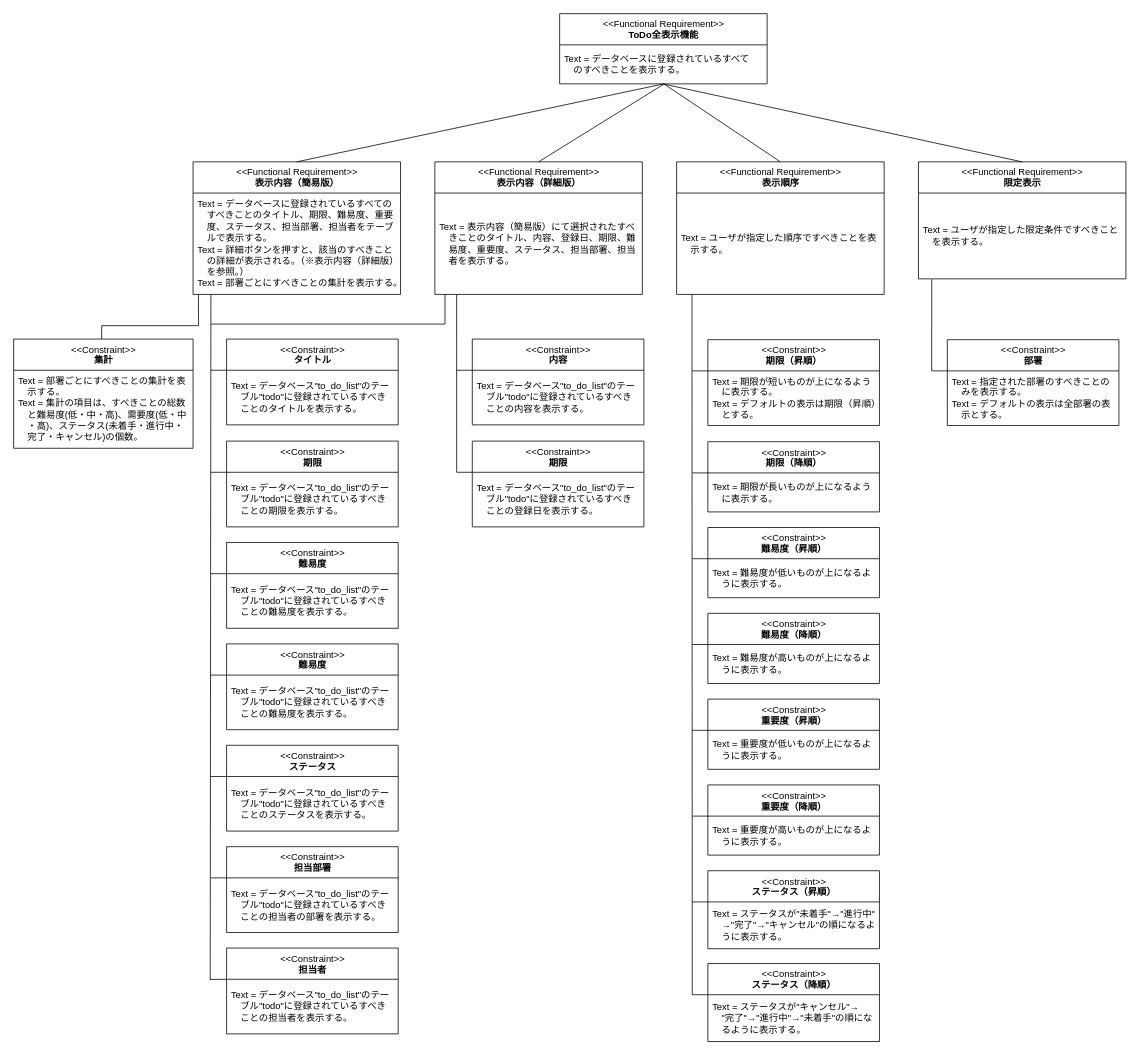
The draw.io diagram portfolio03/01/requirement_definition/requirement/portfolio03_01_requirement_todo_show_all.drawio in RRRYOOO/portfolio, before the edit. Source tidied: cells renumbered, new cells numbered last; positions are measured from the earlier drawing's top-left corner, leaving out a move shared by most shapes. Both pictures are drawn from the tidied source at 78%, with x=0, y=0 at pixel (13, 13).
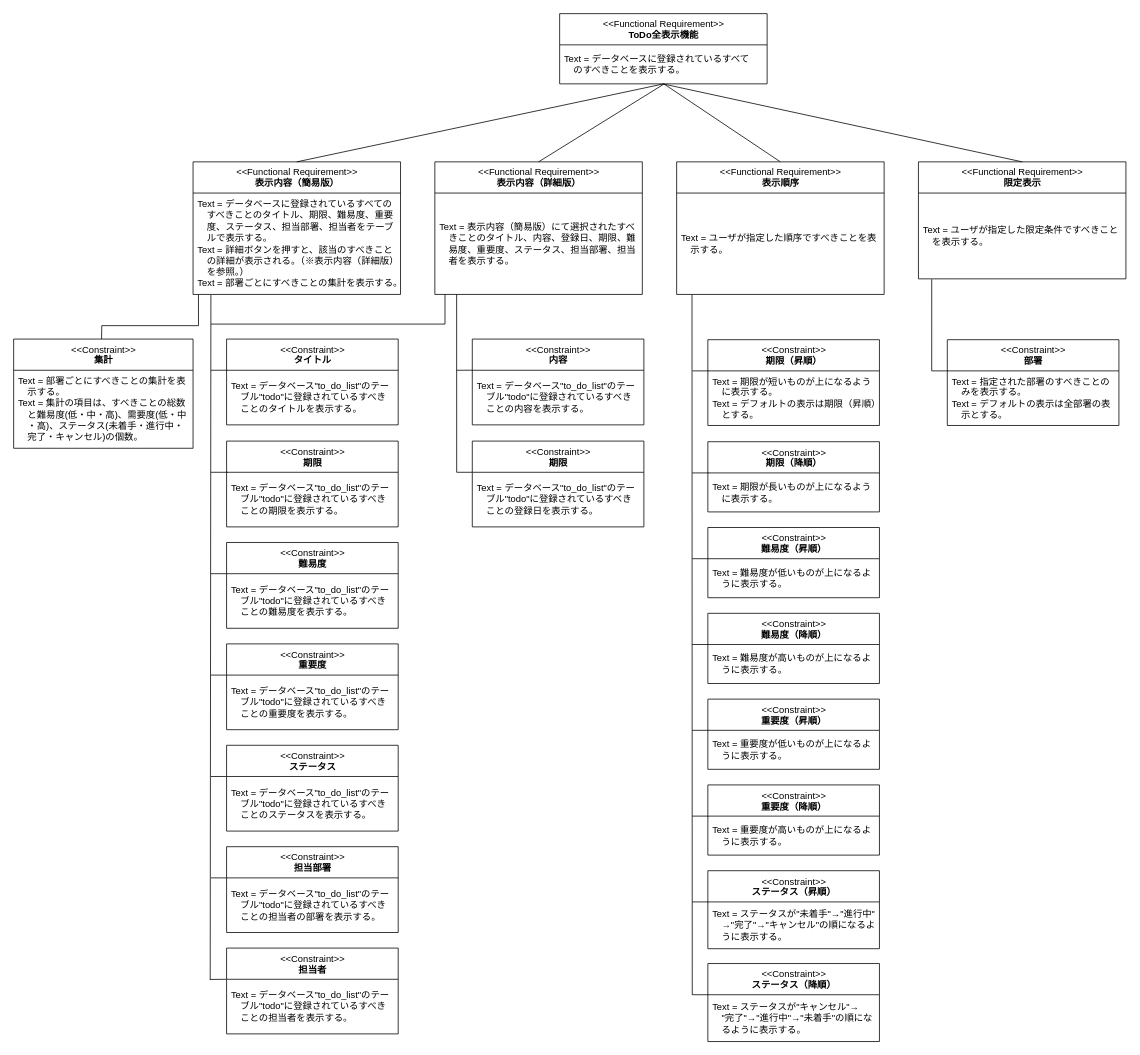
Above is the later version.

The change refers to these unchanged cells:
```xml
<mxCell id="46" style="group;" parent="1" vertex="1">
  <mxGeometry x="230" y="190" width="266" height="1100" as="geometry" />
</mxCell>
```

What changed in the source:
```diff
@@
-    <mxCell id="61" value="&amp;lt;&amp;lt;Constraint&amp;gt;&amp;gt;&lt;br&gt;&lt;b&gt;難易度&lt;/b&gt;" style="swimlane;fontStyle=0;align=center;verticalAlign=top;horizontal=1;startSize=40;html=1;" parent="46" vertex="1">
+    <mxCell id="61" value="&amp;lt;&amp;lt;Constraint&amp;gt;&amp;gt;&lt;br&gt;&lt;b&gt;重要度&lt;/b&gt;" style="swimlane;fontStyle=0;align=center;verticalAlign=top;horizontal=1;startSize=40;html=1;" parent="46" vertex="1">
       <mxGeometry x="43" y="618" width="220" height="110" as="geometry" />
     </mxCell>
-    <mxCell id="62" value="Text = データベース&quot;to_do_list&quot;のテー&lt;br&gt;　ブル&quot;todo&quot;に登録されているすべき&lt;br&gt;　ことの難易度を表示する。&lt;br&gt;" style="text;html=1;align=left;verticalAlign=middle;spacingLeft=4;spacingRight=4;overflow=hidden;points=[[0,0.5],[1,0.5]];portConstraint=eastwest;" parent="61" vertex="1">
+    <mxCell id="62" value="Text = データベース&quot;to_do_list&quot;のテー&lt;br&gt;　ブル&quot;todo&quot;に登録されているすべき&lt;br&gt;　ことの重要度を表示する。" style="text;html=1;align=left;verticalAlign=middle;spacingLeft=4;spacingRight=4;overflow=hidden;points=[[0,0.5],[1,0.5]];portConstraint=eastwest;" parent="61" vertex="1">
       <mxGeometry y="40" width="220" height="70" as="geometry" />
     </mxCell>
```
